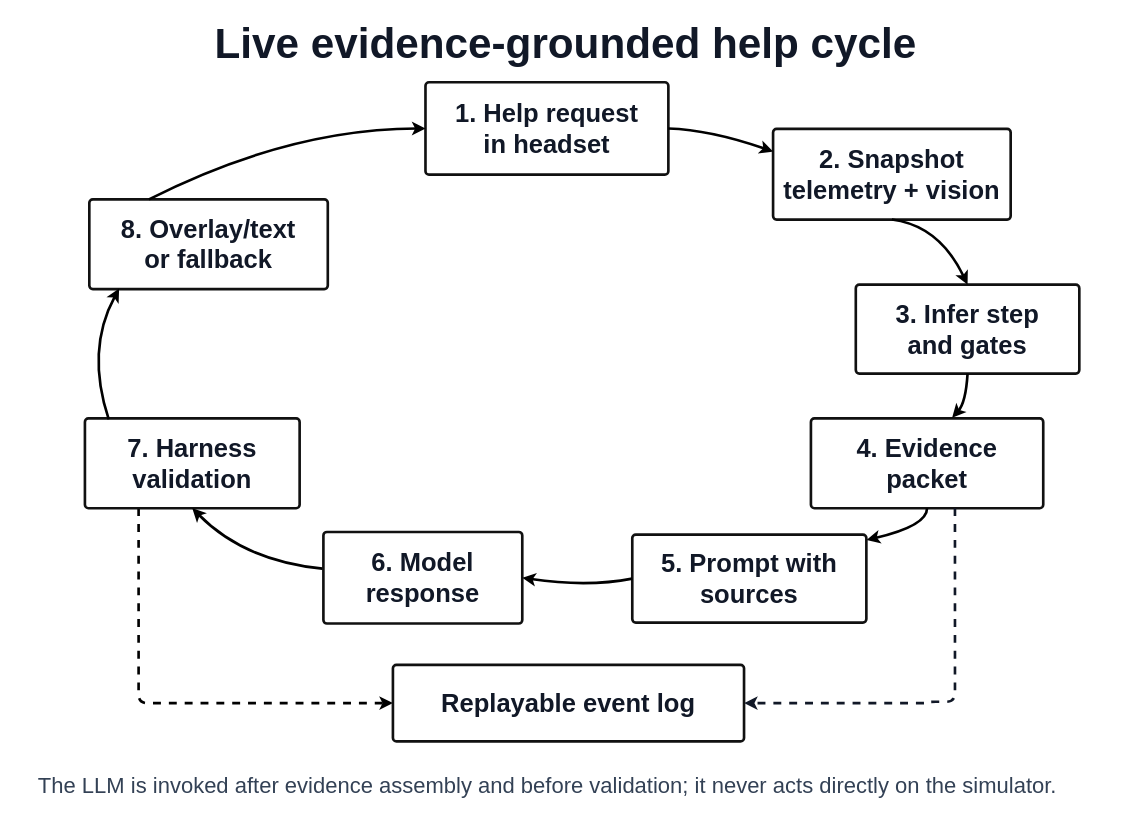
Earlier version of the draw.io diagram page "fig_help_cycle" (3 of 10) of paper_zh/figures/drawio/cropped_replicas_all.drawio (ZombiesYard/IEFMMQ). Source tidied: cells renumbered, new cells numbered last; positions are measured from the earlier drawing's top-left corner, leaving out a move shared by most shapes. Both pictures are drawn from the tidied source at 88%, with x=0, y=0 at pixel (15, 15).
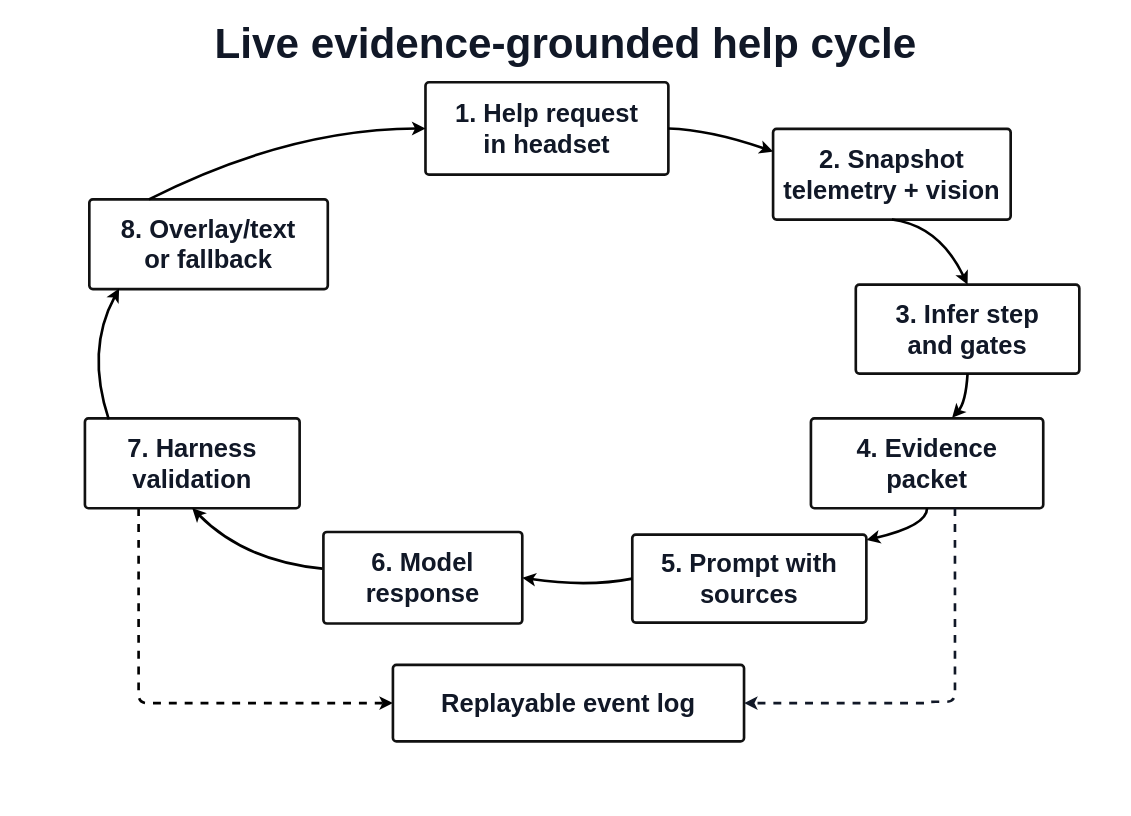
After the change.

The edit, as a diff of the source:
```diff
@@
-    <mxCell id="14" value="The LLM is invoked after evidence assembly and before validation; it never acts directly on the simulator." style="text;html=1;strokeColor=none;fillColor=none;whiteSpace=wrap;fontFamily=Helvetica;fontSize=25;fontStyle=0;fontColor=#334155;align=left;verticalAlign=middle;spacing=2;" parent="1" vertex="1">
-      <mxGeometry x="24" y="855" width="1200" height="38" as="geometry" />
-    </mxCell>
```
